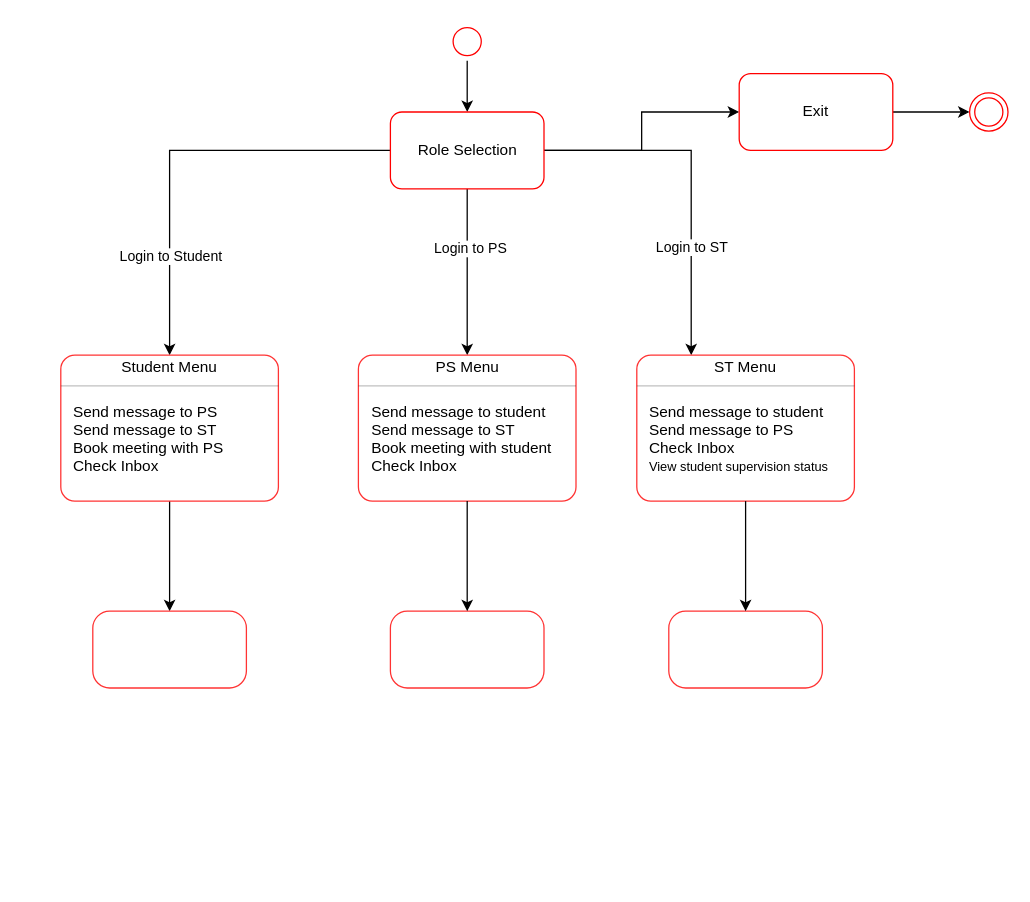
Before: DIAGRAMS/State Diagram.drawio in 551462-Design-Develop-Deploy-24-25/001-port-individual-software-project-portfolio-MMukhtar1885, a draw.io diagram. Source tidied: cells renumbered, new cells numbered last; positions are measured from the earlier drawing's top-left corner, leaving out a move shared by most shapes. Both pictures are drawn from the tidied source at 128%, with x=0, y=0 at pixel (60, 22).
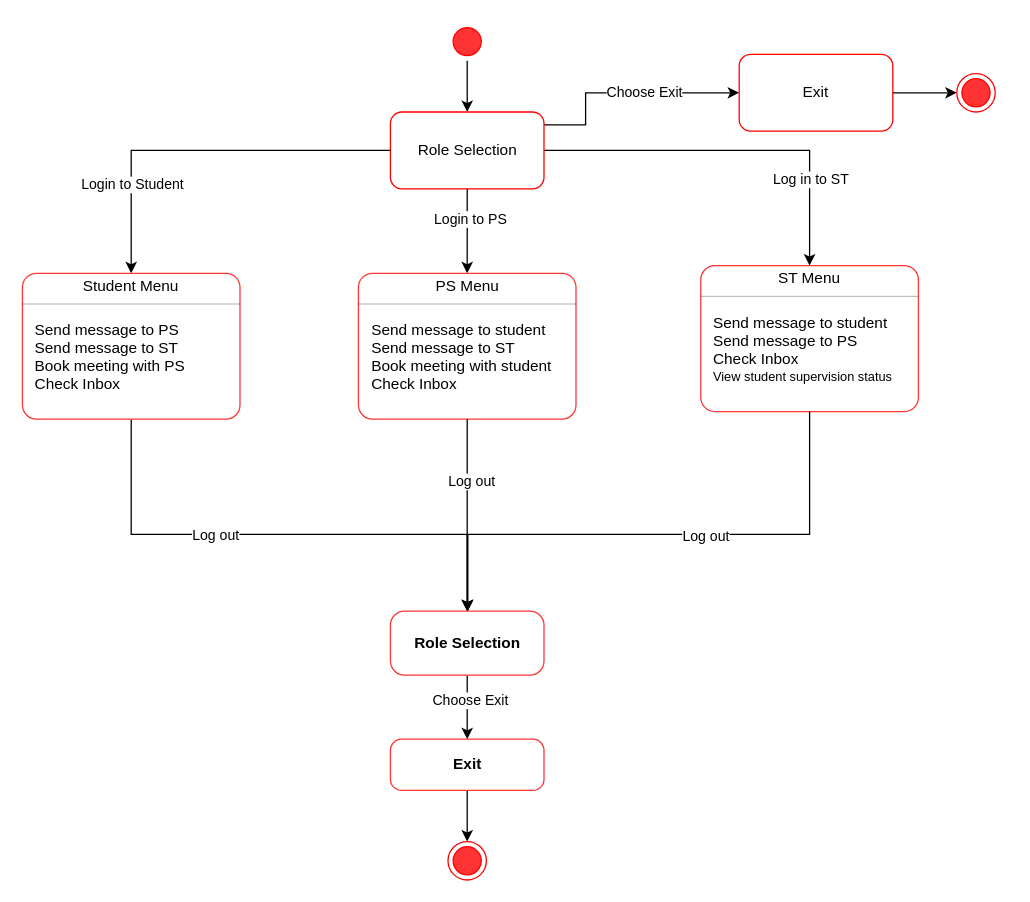
The same page after the edit.

The change refers to these unchanged cells:
```xml
<mxCell id="11" value="Role Selection" style="rounded=1;whiteSpace=wrap;html=1;fillColor=#FFFFFF;strokeColor=#ff0000;" parent="1" vertex="1">
  <mxGeometry x="257.5" y="70" width="120" height="60" as="geometry" />
</mxCell>
<mxCell id="33" style="html=1;align=left;spacing=0;spacingLeft=10;verticalAlign=middle;strokeColor=none;fillColor=none;whiteSpace=wrap;" parent="25" vertex="1">
  <mxGeometry y="94" width="170" height="20" as="geometry" />
</mxCell>
<mxCell id="35" value="ST Menu" style="html=1;align=center;spacing=0;verticalAlign=middle;strokeColor=none;fillColor=none;whiteSpace=wrap;" parent="34" vertex="1">
  <mxGeometry width="170" height="20" as="geometry" />
</mxCell>
<mxCell id="42" style="html=1;align=left;spacing=0;spacingLeft=10;verticalAlign=middle;strokeColor=none;fillColor=none;whiteSpace=wrap;" parent="34" vertex="1">
  <mxGeometry y="94" width="170" height="20" as="geometry" />
</mxCell>
```

Diff of the diagram source:
```diff
@@
-    <mxCell id="3" style="ellipse;html=1;shape=startState;fillColor=#FFFFFF;strokeColor=#ff0000;" parent="1" vertex="1">
+    <mxCell id="3" style="ellipse;html=1;shape=startState;fillColor=#FF3333;strokeColor=#ff0000;" parent="1" vertex="1">
       <mxGeometry x="302.5" width="30" height="30" as="geometry" />
     </mxCell>
@@
-    <mxCell id="8" style="edgeStyle=orthogonalEdgeStyle;rounded=0;jettySize=auto;html=1;entryX=0.25;entryY=0;entryDx=0;entryDy=0;" parent="1" edge="1" source="11" target="35">
+    <mxCell id="8" style="edgeStyle=orthogonalEdgeStyle;rounded=0;jettySize=auto;html=1;entryX=0.5;entryY=0;entryDx=0;entryDy=0;" parent="1" edge="1" source="11" target="35">
       <mxGeometry relative="1" as="geometry" />
     </mxCell>
-    <mxCell id="9" value="Login to ST" style="edgeLabel;html=1;align=center;verticalAlign=middle;" parent="8" vertex="1">
-      <mxGeometry x="0.38" relative="1" as="geometry" />
-    </mxCell>
+    <mxCell id="48" value="Log in to ST" style="edgeLabel;html=1;align=center;verticalAlign=middle;" parent="8" vertex="1">
+      <mxGeometry x="0.54" relative="1" as="geometry">
+        <mxPoint y="1" as="offset" />
+      </mxGeometry>
+    </mxCell>
     <mxCell id="10" style="edgeStyle=orthogonalEdgeStyle;rounded=0;jettySize=auto;html=1;" parent="1" edge="1" source="11" target="13">
-      <mxGeometry relative="1" as="geometry" />
+      <mxGeometry relative="1" as="geometry">
+        <Array as="points">
+          <mxPoint x="410" y="80" />
+          <mxPoint x="410" y="55" />
+        </Array>
+      </mxGeometry>
     </mxCell>
+    <mxCell id="49" value="Choose Exit" style="edgeLabel;html=1;align=center;verticalAlign=middle;" parent="10" vertex="1">
+      <mxGeometry x="0.15" y="1" relative="1" as="geometry">
+        <mxPoint x="1" as="offset" />
+      </mxGeometry>
+    </mxCell>
@@
-    <mxCell id="12" style="edgeStyle=orthogonalEdgeStyle;rounded=0;jettySize=auto;html=1;" parent="1" edge="1" source="13" target="14">
+    <mxCell id="12" style="edgeStyle=orthogonalEdgeStyle;rounded=0;jettySize=auto;html=1;entryX=0;entryY=0.5;entryDx=0;entryDy=0;" parent="1" edge="1" source="13" target="54">
       <mxGeometry relative="1" as="geometry" />
     </mxCell>
     <mxCell id="13" value="Exit" style="rounded=1;whiteSpace=wrap;html=1;fillColor=#FFFFFF;strokeColor=#ff0000;" parent="1" vertex="1">
-      <mxGeometry x="530" y="40" width="120" height="60" as="geometry" />
+      <mxGeometry x="530" y="25" width="120" height="60" as="geometry" />
     </mxCell>
-    <mxCell id="14" style="ellipse;html=1;shape=endState;fillColor=#FFFFFF;strokeColor=#ff0000;" parent="1" vertex="1">
-      <mxGeometry x="710" y="55" width="30" height="30" as="geometry" />
-    </mxCell>
-    <mxCell id="15" style="edgeStyle=orthogonalEdgeStyle;rounded=0;jettySize=auto;html=1;" parent="1" edge="1" source="16" target="43">
-      <mxGeometry relative="1" as="geometry" />
+    <mxCell id="15" style="edgeStyle=orthogonalEdgeStyle;rounded=0;jettySize=auto;html=1;entryX=0.5;entryY=0;entryDx=0;entryDy=0;" parent="1" edge="1" source="16" target="46">
+      <mxGeometry relative="1" as="geometry">
+        <Array as="points">
+          <mxPoint x="318" y="400" />
+        </Array>
+      </mxGeometry>
     </mxCell>
+    <mxCell id="50" value="Log out" style="edgeLabel;html=1;align=center;verticalAlign=middle;" parent="15" vertex="1">
+      <mxGeometry x="-0.25" relative="1" as="geometry" />
+    </mxCell>
     <mxCell id="16" style="fontStyle=1;align=center;verticalAlign=middle;horizontal=1;rounded=1;absoluteArcSize=1;arcSize=22;strokeColor=#FF3333;" parent="1" vertex="1">
-      <mxGeometry y="260" width="170" height="114" as="geometry" />
+      <mxGeometry x="-30" y="196" width="170" height="114" as="geometry" />
     </mxCell>
@@
     <mxCell id="25" style="fontStyle=1;align=center;verticalAlign=middle;horizontal=1;rounded=1;absoluteArcSize=1;arcSize=22;strokeColor=#FF3333;" parent="1" vertex="1">
-      <mxGeometry x="232.5" y="260" width="170" height="114" as="geometry" />
+      <mxGeometry x="232.5" y="196" width="170" height="114" as="geometry" />
     </mxCell>
@@
     <mxCell id="34" style="fontStyle=1;align=center;verticalAlign=middle;horizontal=1;rounded=1;absoluteArcSize=1;arcSize=22;strokeColor=#FF3333;" parent="1" vertex="1">
-      <mxGeometry x="450" y="260" width="170" height="114" as="geometry" />
+      <mxGeometry x="500" y="190" width="170" height="114" as="geometry" />
     </mxCell>
@@
-    <mxCell id="43" style="whiteSpace=wrap;html=1;strokeColor=#FF3333;fontStyle=1;rounded=1;arcSize=22;" parent="1" vertex="1">
-      <mxGeometry x="25" y="460" width="120" height="60" as="geometry" />
-    </mxCell>
-    <mxCell id="44" style="whiteSpace=wrap;html=1;strokeColor=#FF3333;fontStyle=1;rounded=1;arcSize=22;" parent="1" vertex="1">
-      <mxGeometry x="257.5" y="460" width="120" height="60" as="geometry" />
-    </mxCell>
-    <mxCell id="45" style="edgeStyle=orthogonalEdgeStyle;rounded=0;jettySize=auto;html=1;entryX=0.5;entryY=0;entryDx=0;entryDy=0;" parent="1" edge="1" source="33" target="44">
+    <mxCell id="45" style="edgeStyle=orthogonalEdgeStyle;rounded=0;jettySize=auto;html=1;entryX=0.5;entryY=0;entryDx=0;entryDy=0;" parent="1" edge="1" source="33" target="46">
       <mxGeometry relative="1" as="geometry" />
     </mxCell>
+    <mxCell id="51" value="Log out" style="edgeLabel;html=1;align=center;verticalAlign=middle;" parent="45" vertex="1">
+      <mxGeometry x="-0.36" y="3" relative="1" as="geometry" />
+    </mxCell>
+    <mxCell id="52" style="edgeStyle=orthogonalEdgeStyle;rounded=0;jettySize=auto;html=1;entryX=0.5;entryY=0;entryDx=0;entryDy=0;" parent="1" edge="1" source="46" target="57">
+      <mxGeometry relative="1" as="geometry" />
+    </mxCell>
+    <mxCell id="53" value="Choose Exit" style="edgeLabel;html=1;align=center;verticalAlign=middle;" parent="52" vertex="1">
+      <mxGeometry x="-0.24" y="2" relative="1" as="geometry" />
+    </mxCell>
-    <mxCell id="46" style="whiteSpace=wrap;html=1;strokeColor=#FF3333;fontStyle=1;rounded=1;arcSize=22;" parent="1" vertex="1">
-      <mxGeometry x="475" y="460" width="120" height="60" as="geometry" />
+    <mxCell id="46" value="Role Selection" style="whiteSpace=wrap;html=1;strokeColor=#FF3333;fontStyle=1;rounded=1;arcSize=22;" parent="1" vertex="1">
+      <mxGeometry x="257.5" y="460" width="120" height="50" as="geometry" />
     </mxCell>
+    <mxCell id="54" style="ellipse;html=1;shape=endState;fillColor=#FF3333;strokeColor=#ff0000;" parent="1" vertex="1">
+      <mxGeometry x="700" y="40" width="30" height="30" as="geometry" />
+    </mxCell>
-    <mxCell id="47" style="edgeStyle=orthogonalEdgeStyle;rounded=0;jettySize=auto;html=1;entryX=0.5;entryY=0;entryDx=0;entryDy=0;" parent="1" edge="1" source="42" target="46">
-      <mxGeometry relative="1" as="geometry" />
+    <mxCell id="47" style="edgeStyle=orthogonalEdgeStyle;rounded=0;jettySize=auto;html=1;exitX=0.5;exitY=1;exitDx=0;exitDy=0;" parent="1" edge="1" source="42" target="46">
+      <mxGeometry relative="1" as="geometry">
+        <Array as="points">
+          <mxPoint x="585" y="400" />
+          <mxPoint x="318" y="400" />
+        </Array>
+      </mxGeometry>
     </mxCell>
+    <mxCell id="55" value="Log out" style="edgeLabel;html=1;align=center;verticalAlign=middle;" parent="47" vertex="1">
+      <mxGeometry x="-0.16" y="1" relative="1" as="geometry" />
+    </mxCell>
+    <mxCell id="56" style="edgeStyle=orthogonalEdgeStyle;rounded=0;jettySize=auto;html=1;entryX=0.5;entryY=0;entryDx=0;entryDy=0;" parent="1" edge="1" source="57" target="58">
+      <mxGeometry relative="1" as="geometry" />
+    </mxCell>
+    <mxCell id="57" value="Exit" style="whiteSpace=wrap;html=1;strokeColor=#FF3333;fontStyle=1;rounded=1;arcSize=22;" parent="1" vertex="1">
+      <mxGeometry x="257.5" y="560" width="120" height="40" as="geometry" />
+    </mxCell>
+    <mxCell id="58" style="ellipse;html=1;shape=endState;fillColor=#FF3333;strokeColor=#ff0000;" parent="1" vertex="1">
+      <mxGeometry x="302.5" y="640" width="30" height="30" as="geometry" />
+    </mxCell>
```
